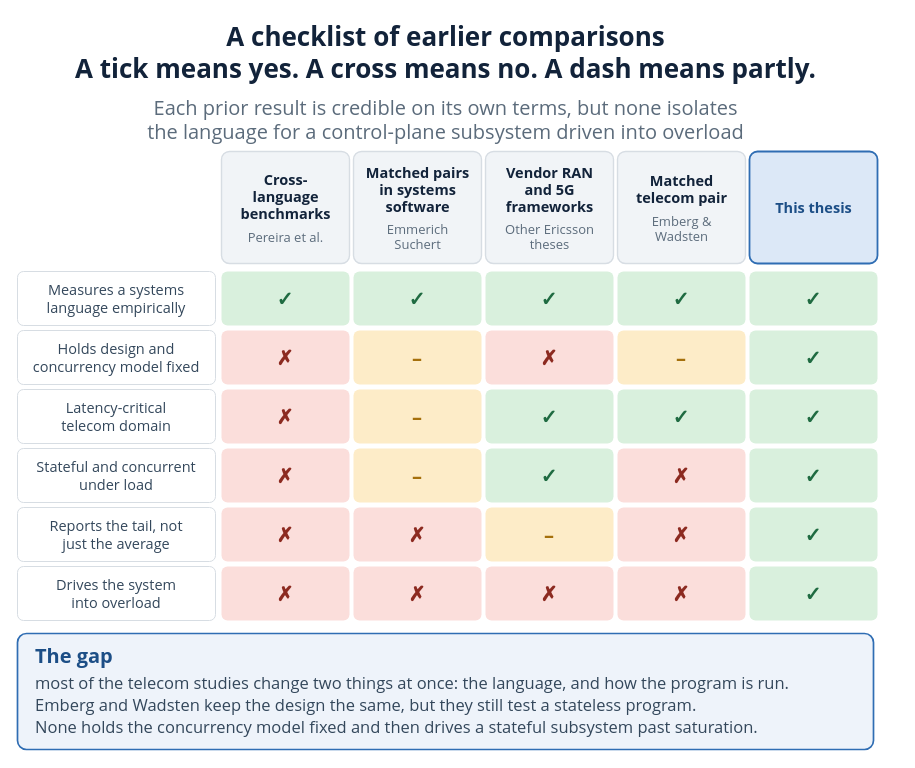
This is diagrams/29_research_gap.drawio from VienThanh12/Master-Thesis, a draw.io file, before an edit. Source tidied: cells renumbered, new cells numbered last; positions are measured from the earlier drawing's top-left corner, leaving out a move shared by most shapes. Both pictures are drawn from the tidied source at 100%, with x=0, y=0 at pixel (17, 16).
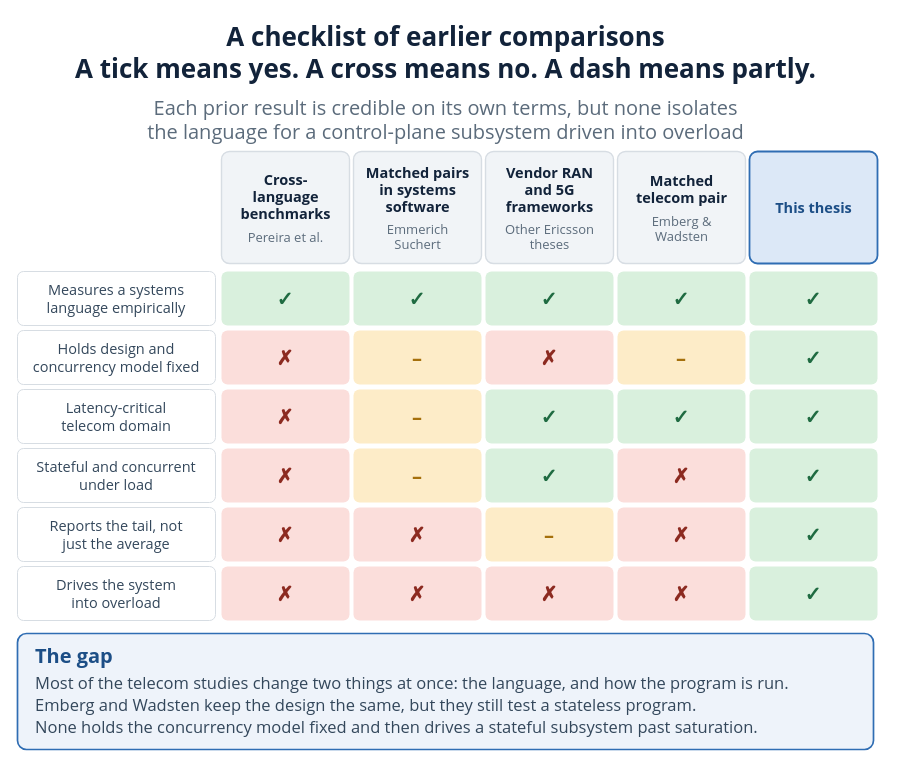
Above is the later version.

What changed in the source:
```diff
@@
-    <mxCell id="68" value="most of the telecom studies change two things at once: the language, and how the program is run." style="text;html=1;strokeColor=none;fillColor=none;whiteSpace=nowrap;align=left;verticalAlign=middle;fontSize=16.5;fontColor=#33475b;fontFamily=Segoe UI;" parent="1" vertex="1">
+    <mxCell id="68" value="Most of the telecom studies change two things at once: the language, and how the program is run." style="text;html=1;strokeColor=none;fillColor=none;whiteSpace=nowrap;align=left;verticalAlign=middle;fontSize=16.5;fontColor=#33475b;fontFamily=Segoe UI;" parent="1" vertex="1">
       <mxGeometry x="16" y="653.3" width="863.3" height="24.8" as="geometry" />
     </mxCell>
```
